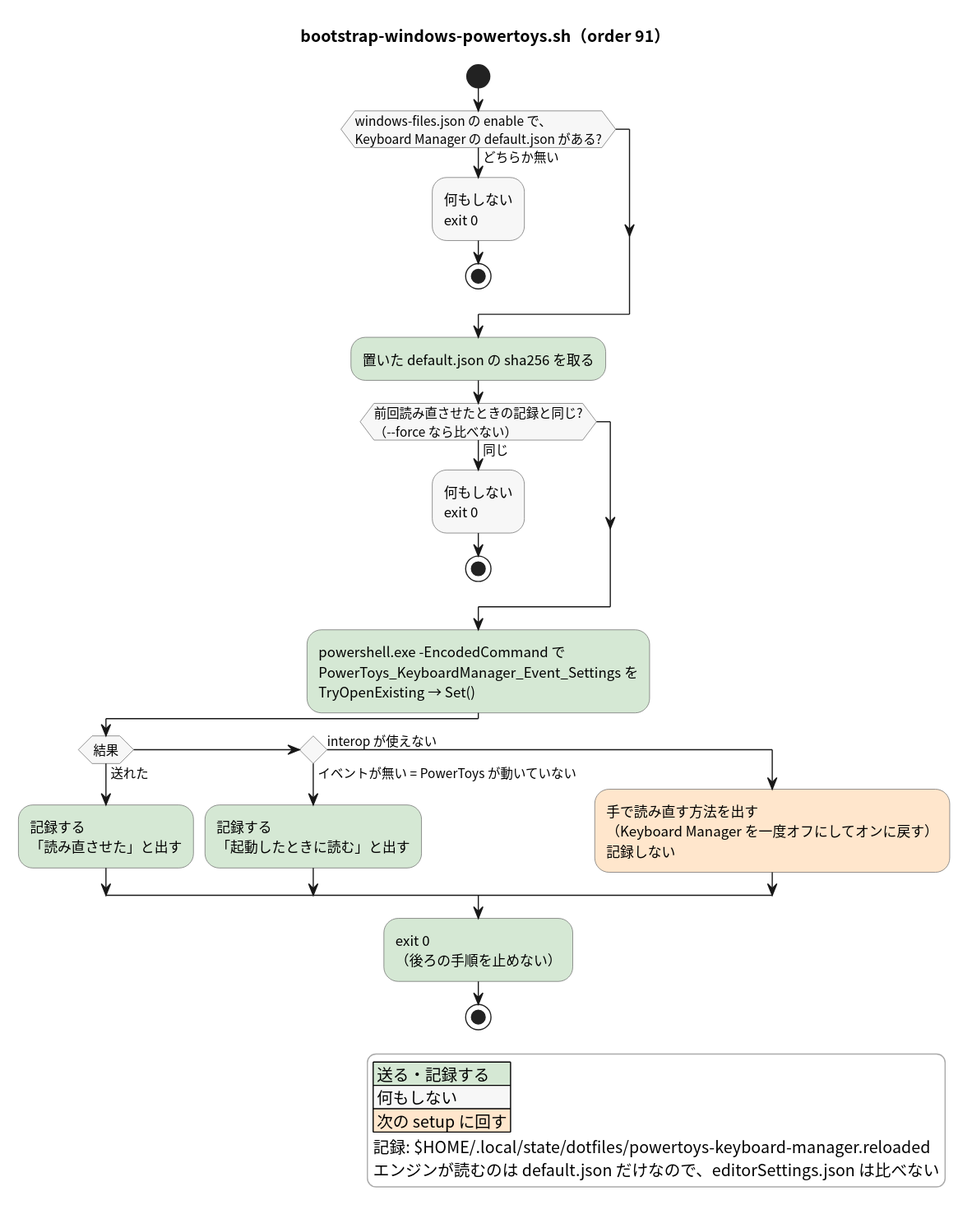
The PlantUML diagram docs/adr/015_win_google_ime_powertoys_20261011T234247JST/plantuml/out/06_powertoys_reload.svg in pollenjp/dotfiles, before a commit.
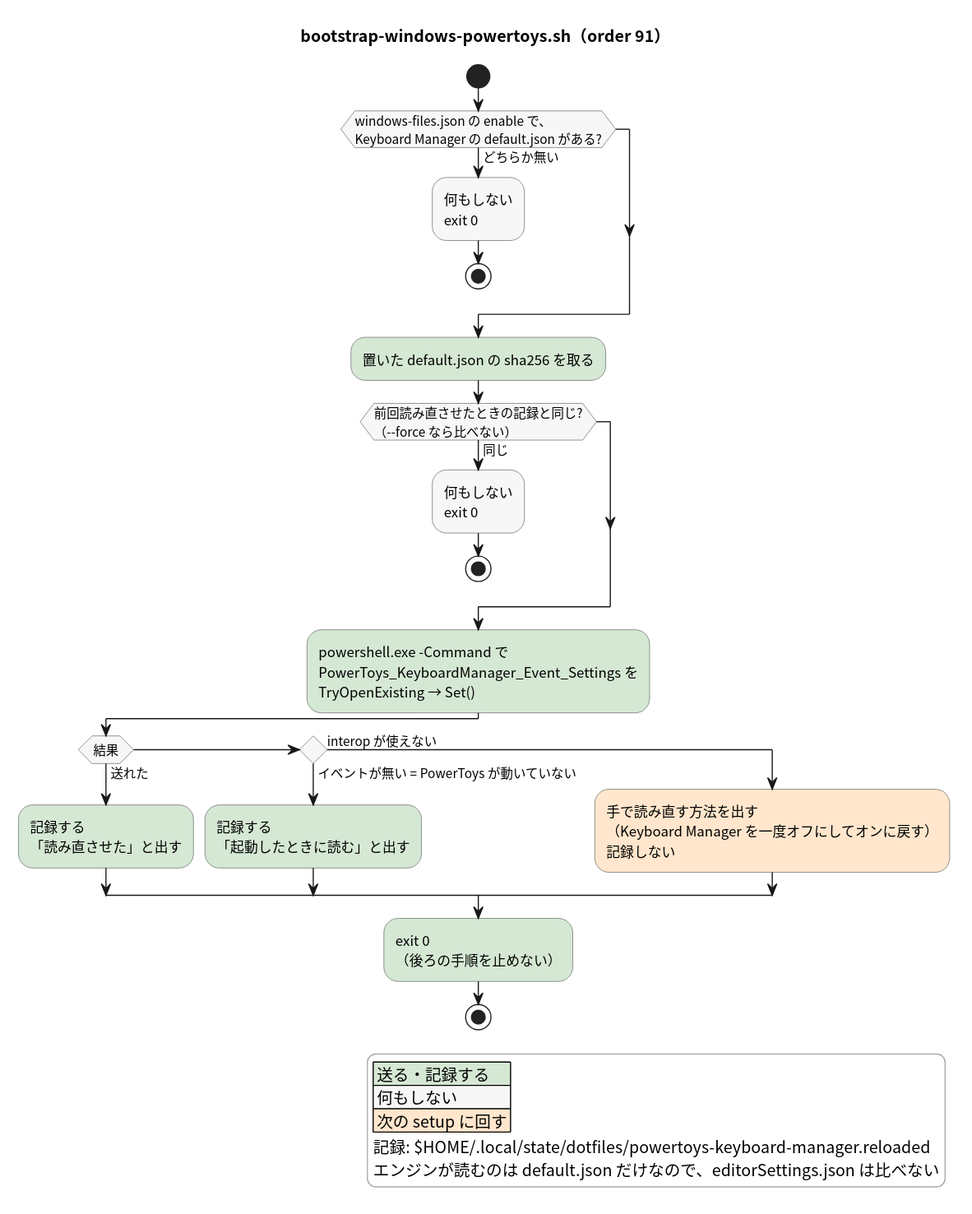
After the change.

Commit message:
docs: Google 日本語入力と PowerToys の配り方を win/README.md と nix/README.md に書き、ADR 015 を実装に合わせる (TKT-139)

Change to the diagram source:
```diff
@@ -25,7 +25,7 @@
   :何もしない\nexit 0; <<#F7F7F7>>
   stop
 endif
-:powershell.exe -EncodedCommand で\nPowerToys_KeyboardManager_Event_Settings を\nTryOpenExisting → Set();
+:powershell.exe -Command で\nPowerToys_KeyboardManager_Event_Settings を\nTryOpenExisting → Set();
 if (結果) then (送れた)
   :記録する\n「読み直させた」と出す;
 elseif () then (イベントが無い = PowerToys が動いていない)
```
